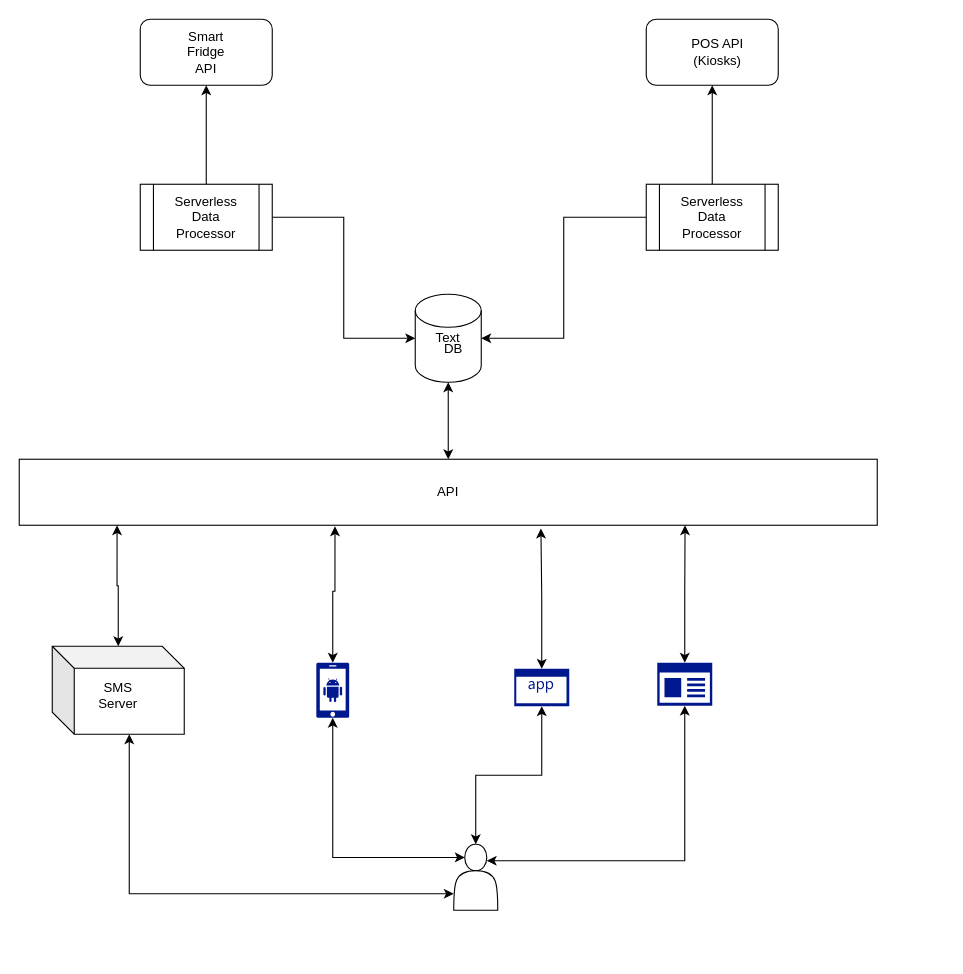
The draw.io diagram draft.drawio in sebfault/architecure-kata-sandbox, before the edit. Source tidied: cells renumbered, new cells numbered last; positions are measured from the earlier drawing's top-left corner, leaving out a move shared by most shapes. Both pictures are drawn from the tidied source at 110%, with x=0, y=0 at pixel (19, 19).
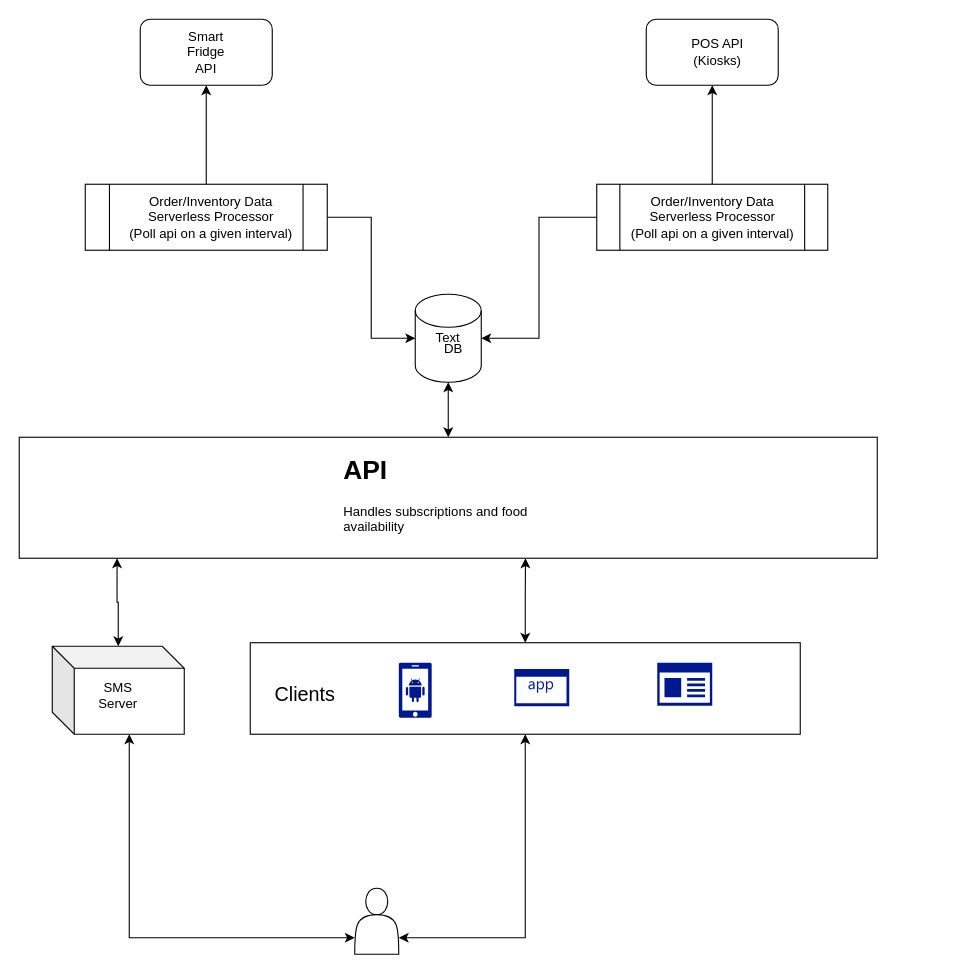
The same page after the edit.

The edit, as a diff of the source:
```diff
@@
+    <mxCell id="40" style="edgeStyle=orthogonalEdgeStyle;rounded=0;jettySize=auto;html=1;startArrow=classic;startFill=1;entryX=0.59;entryY=1;entryDx=0;entryDy=0;entryPerimeter=0;" parent="1" edge="1" source="50" target="23">
+      <mxGeometry relative="1" as="geometry" />
+    </mxCell>
@@
     <mxCell id="14" style="group;" parent="1" vertex="1">
-      <mxGeometry x="570" y="150" width="120" height="60" as="geometry" />
+      <mxGeometry x="540" y="150" width="210" height="60" as="geometry" />
     </mxCell>
+    <mxCell id="41" style="group;" parent="14" vertex="1">
+      <mxGeometry x="-15" width="210" height="60" as="geometry" />
+    </mxCell>
+    <mxCell id="42" style="group;" parent="41" vertex="1">
+      <mxGeometry width="210" height="60" as="geometry" />
+    </mxCell>
-    <mxCell id="15" style="shape=process;whiteSpace=wrap;html=1;backgroundOutline=1;" parent="14" vertex="1">
-      <mxGeometry width="120" height="60" as="geometry" />
+    <mxCell id="15" style="shape=process;whiteSpace=wrap;html=1;backgroundOutline=1;" parent="42" vertex="1">
+      <mxGeometry width="210" height="60" as="geometry" />
     </mxCell>
-    <mxCell id="16" value="Serverless Data Processor" style="text;html=1;strokeColor=none;fillColor=none;align=center;verticalAlign=middle;whiteSpace=wrap;rounded=0;" parent="14" vertex="1">
-      <mxGeometry x="40" y="20" width="40" height="20" as="geometry" />
-    </mxCell>
+    <mxCell id="43" value="Order/Inventory Data&lt;br&gt;Serverless Processor&lt;br&gt;(Poll api on a given interval)" style="text;html=1;strokeColor=none;fillColor=none;align=center;verticalAlign=middle;whiteSpace=wrap;rounded=0;" parent="42" vertex="1">
+      <mxGeometry x="18.8" y="20" width="172.5" height="20" as="geometry" />
+    </mxCell>
     <mxCell id="17" style="group;" parent="1" vertex="1">
-      <mxGeometry x="110" y="150" width="120" height="60" as="geometry" />
+      <mxGeometry x="120" y="150" width="200" height="60" as="geometry" />
     </mxCell>
+    <mxCell id="44" style="group;" parent="17" vertex="1">
+      <mxGeometry x="-60" width="260" height="60" as="geometry" />
+    </mxCell>
+    <mxCell id="45" style="group;" parent="44" vertex="1">
+      <mxGeometry width="220" height="60" as="geometry" />
+    </mxCell>
-    <mxCell id="18" style="shape=process;whiteSpace=wrap;html=1;backgroundOutline=1;" parent="17" vertex="1">
-      <mxGeometry width="120" height="60" as="geometry" />
+    <mxCell id="18" style="shape=process;whiteSpace=wrap;html=1;backgroundOutline=1;" parent="45" vertex="1">
+      <mxGeometry width="220" height="60" as="geometry" />
     </mxCell>
-    <mxCell id="19" value="Serverless Data Processor" style="text;html=1;strokeColor=none;fillColor=none;align=center;verticalAlign=middle;whiteSpace=wrap;rounded=0;" parent="17" vertex="1">
-      <mxGeometry x="40" y="20" width="40" height="20" as="geometry" />
+    <mxCell id="19" value="Order/Inventory Data&lt;br&gt;Serverless Processor&lt;br&gt;(Poll api on a given interval)" style="text;html=1;strokeColor=none;fillColor=none;align=center;verticalAlign=middle;whiteSpace=wrap;rounded=0;" parent="45" vertex="1">
+      <mxGeometry x="27.5" y="20" width="172.5" height="20" as="geometry" />
     </mxCell>
@@
     <mxCell id="22" style="group;" parent="1" vertex="1">
-      <mxGeometry y="400" width="780" height="60" as="geometry" />
+      <mxGeometry y="400" width="840" height="130" as="geometry" />
     </mxCell>
+    <mxCell id="46" style="group;" parent="22" vertex="1">
+      <mxGeometry y="-20" width="780" height="130" as="geometry" />
+    </mxCell>
-    <mxCell id="23" style="rounded=0;whiteSpace=wrap;html=1;" parent="22" vertex="1">
-      <mxGeometry width="780" height="60" as="geometry" />
+    <mxCell id="23" style="rounded=0;whiteSpace=wrap;html=1;" parent="46" vertex="1">
+      <mxGeometry width="780" height="110" as="geometry" />
     </mxCell>
-    <mxCell id="24" value="API" style="text;html=1;strokeColor=none;fillColor=none;align=center;verticalAlign=middle;whiteSpace=wrap;rounded=0;" parent="22" vertex="1">
-      <mxGeometry x="370" y="20" width="40" height="20" as="geometry" />
-    </mxCell>
-    <mxCell id="25" style="edgeStyle=orthogonalEdgeStyle;rounded=0;jettySize=auto;html=1;exitX=0.25;exitY=0.2;exitDx=0;exitDy=0;exitPerimeter=0;entryX=0.5;entryY=1;entryDx=0;entryDy=0;entryPerimeter=0;startArrow=classic;startFill=1;" parent="1" edge="1" source="29" target="31">
-      <mxGeometry relative="1" as="geometry" />
-    </mxCell>
-    <mxCell id="26" style="edgeStyle=orthogonalEdgeStyle;rounded=0;jettySize=auto;html=1;exitX=0.75;exitY=0.25;exitDx=0;exitDy=0;exitPerimeter=0;entryX=0.5;entryY=1;entryDx=0;entryDy=0;entryPerimeter=0;startArrow=classic;startFill=1;" parent="1" edge="1" source="29" target="33">
-      <mxGeometry relative="1" as="geometry" />
-    </mxCell>
-    <mxCell id="27" style="edgeStyle=orthogonalEdgeStyle;rounded=0;jettySize=auto;html=1;exitX=0.5;exitY=0;exitDx=0;exitDy=0;entryX=0.5;entryY=1;entryDx=0;entryDy=0;entryPerimeter=0;startArrow=classic;startFill=1;" parent="1" edge="1" source="29" target="35">
-      <mxGeometry relative="1" as="geometry" />
-    </mxCell>
+    <mxCell id="47" value="&lt;h1&gt;API&lt;/h1&gt;&lt;p&gt;Handles subscriptions and food availability&lt;/p&gt;" style="text;html=1;strokeColor=none;fillColor=none;spacing=5;spacingTop=-20;whiteSpace=wrap;overflow=hidden;rounded=0;" parent="46" vertex="1">
+      <mxGeometry x="290" y="10" width="190" height="120" as="geometry" />
+    </mxCell>
@@
+    <mxCell id="48" style="edgeStyle=orthogonalEdgeStyle;rounded=0;jettySize=auto;html=1;entryX=0.5;entryY=1;entryDx=0;entryDy=0;startArrow=classic;startFill=1;exitX=1;exitY=0.75;exitDx=0;exitDy=0;" parent="1" edge="1" source="29" target="50">
+      <mxGeometry relative="1" as="geometry" />
+    </mxCell>
     <mxCell id="29" style="shape=actor;whiteSpace=wrap;html=1;" parent="1" vertex="1">
-      <mxGeometry x="395" y="750" width="40" height="60" as="geometry" />
+      <mxGeometry x="305" y="790" width="40" height="60" as="geometry" />
     </mxCell>
-    <mxCell id="30" style="edgeStyle=orthogonalEdgeStyle;rounded=0;jettySize=auto;html=1;exitX=0.5;exitY=0;exitDx=0;exitDy=0;exitPerimeter=0;startArrow=classic;startFill=1;entryX=0.368;entryY=1.017;entryDx=0;entryDy=0;entryPerimeter=0;" parent="1" edge="1" source="31" target="23">
-      <mxGeometry relative="1" as="geometry">
-        <Array as="points">
-          <mxPoint x="285" y="520" />
-          <mxPoint x="287" y="520" />
-        </Array>
-      </mxGeometry>
-    </mxCell>
-    <mxCell id="31" style="shadow=0;dashed=0;html=1;strokeColor=none;labelPosition=center;verticalLabelPosition=bottom;verticalAlign=top;align=center;fillColor=#00188D;shape=mxgraph.mscae.enterprise.android_phone;" parent="1" vertex="1">
-      <mxGeometry x="270" y="585" width="30" height="50" as="geometry" />
-    </mxCell>
-    <mxCell id="32" style="edgeStyle=orthogonalEdgeStyle;rounded=0;jettySize=auto;html=1;exitX=0.5;exitY=0;exitDx=0;exitDy=0;exitPerimeter=0;entryX=0.776;entryY=1;entryDx=0;entryDy=0;entryPerimeter=0;startArrow=classic;startFill=1;" parent="1" edge="1" source="33" target="23">
-      <mxGeometry relative="1" as="geometry" />
-    </mxCell>
-    <mxCell id="33" style="shadow=0;dashed=0;html=1;strokeColor=none;labelPosition=center;verticalLabelPosition=bottom;verticalAlign=top;align=center;fillColor=#00188D;shape=mxgraph.mscae.enterprise.app_generic;" parent="1" vertex="1">
-      <mxGeometry x="580" y="585" width="50" height="39" as="geometry" />
-    </mxCell>
-    <mxCell id="34" style="edgeStyle=orthogonalEdgeStyle;rounded=0;jettySize=auto;html=1;exitX=0.5;exitY=0;exitDx=0;exitDy=0;exitPerimeter=0;startArrow=classic;startFill=1;entryX=0.608;entryY=1.05;entryDx=0;entryDy=0;entryPerimeter=0;" parent="1" edge="1" source="35" target="23">
-      <mxGeometry relative="1" as="geometry" />
-    </mxCell>
-    <mxCell id="35" style="shadow=0;dashed=0;html=1;strokeColor=none;labelPosition=center;verticalLabelPosition=bottom;verticalAlign=top;align=center;fillColor=#00188D;shape=mxgraph.mscae.enterprise.application;" parent="1" vertex="1">
-      <mxGeometry x="450" y="590.5" width="50" height="34" as="geometry" />
-    </mxCell>
@@
+    <mxCell id="49" style="group;" parent="1" vertex="1">
+      <mxGeometry x="210" y="566.8" width="500" height="83.2" as="geometry" />
+    </mxCell>
+    <mxCell id="50" style="rounded=0;whiteSpace=wrap;html=1;" parent="49" vertex="1">
+      <mxGeometry width="500" height="83.2" as="geometry" />
+    </mxCell>
+    <mxCell id="31" style="shadow=0;dashed=0;html=1;strokeColor=none;labelPosition=center;verticalLabelPosition=bottom;verticalAlign=top;align=center;fillColor=#00188D;shape=mxgraph.mscae.enterprise.android_phone;" parent="49" vertex="1">
+      <mxGeometry x="135" y="18.2" width="30" height="50" as="geometry" />
+    </mxCell>
+    <mxCell id="33" style="shadow=0;dashed=0;html=1;strokeColor=none;labelPosition=center;verticalLabelPosition=bottom;verticalAlign=top;align=center;fillColor=#00188D;shape=mxgraph.mscae.enterprise.app_generic;" parent="49" vertex="1">
+      <mxGeometry x="370" y="18.2" width="50" height="39" as="geometry" />
+    </mxCell>
+    <mxCell id="35" style="shadow=0;dashed=0;html=1;strokeColor=none;labelPosition=center;verticalLabelPosition=bottom;verticalAlign=top;align=center;fillColor=#00188D;shape=mxgraph.mscae.enterprise.application;" parent="49" vertex="1">
+      <mxGeometry x="240" y="23.8" width="50" height="34" as="geometry" />
+    </mxCell>
+    <mxCell id="51" value="&lt;font style=&quot;font-size: 18px&quot;&gt;Clients&lt;/font&gt;" style="text;html=1;strokeColor=none;fillColor=none;align=center;verticalAlign=middle;whiteSpace=wrap;rounded=0;" parent="49" vertex="1">
+      <mxGeometry x="30" y="37.2" width="40" height="20" as="geometry" />
+    </mxCell>
```
